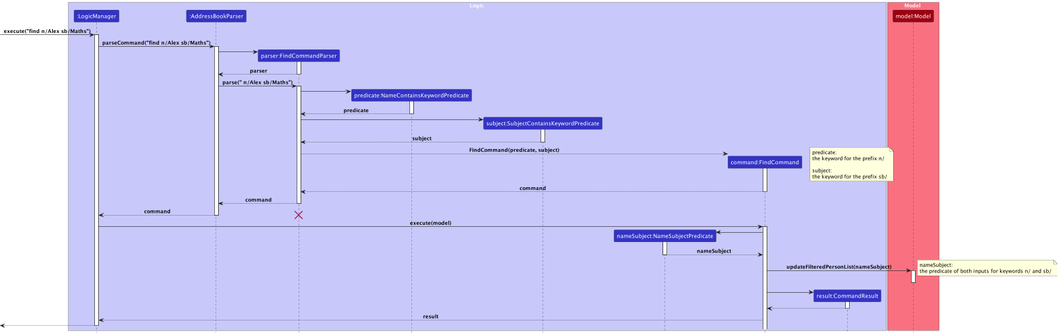
Earlier version of the PlantUML export docs/images/FindSequenceDiagram.png (nus-cs2103-AY2324S1/tp).
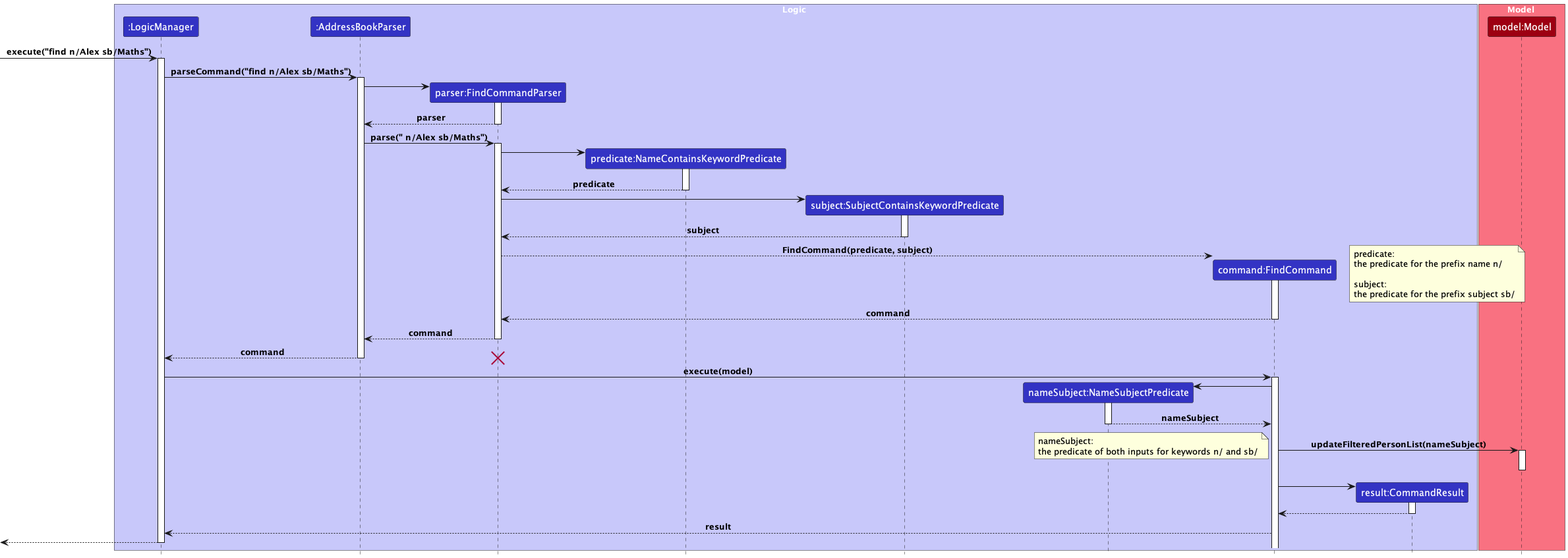
After the change.

Commit message:
Enhance picture quality for find and edit

Change to the diagram source:
```diff
@@ -53,10 +53,10 @@
 
 note right
 predicate:
-the keyword for the prefix n/
+the predicate for the prefix name n/
 
 subject:
-the keyword for the prefix sb/
+the predicate for the prefix subject sb/
 end note
 
 FindCommand --> FindCommandParser : command
@@ -85,7 +85,7 @@
 activate Model
 deactivate Model
 
-note right
+note left
 nameSubject:
 the predicate of both inputs for keywords n/ and sb/
 end note
```
